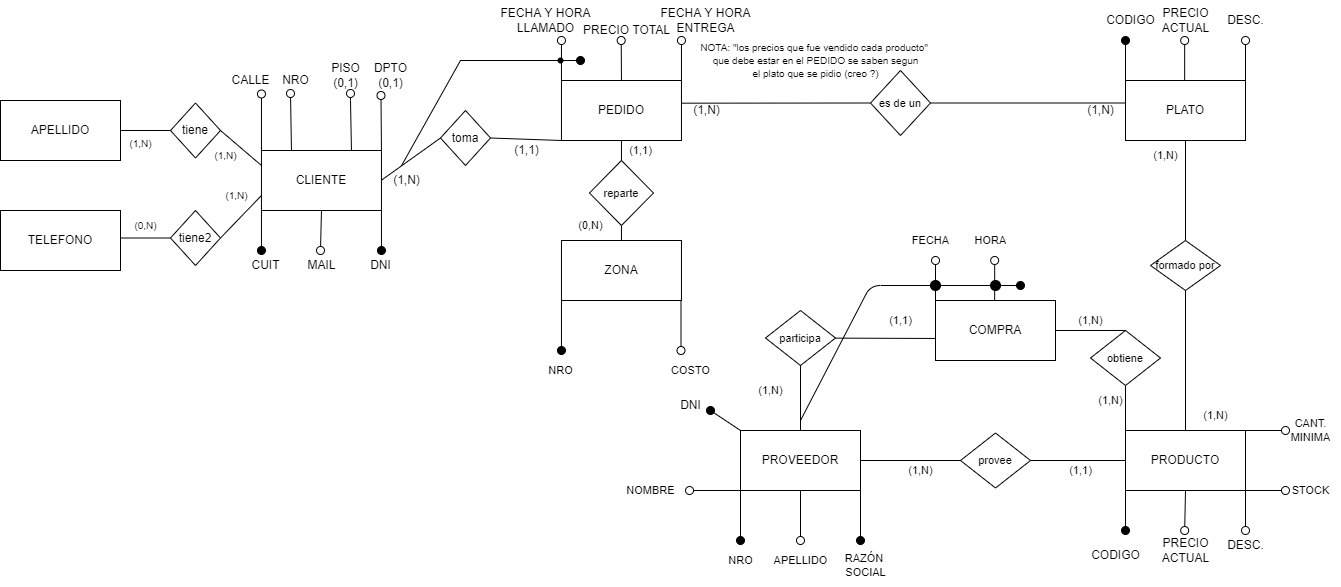
Earlier version of the draw.io export PRACTICA 2/Ejercicio4/Ejercicio4-logico.png (agusrnfr/DBD). Source tidied: cells renumbered, new cells last; positions are measured from the earlier drawing's top-left corner, leaving out a move shared by most shapes.
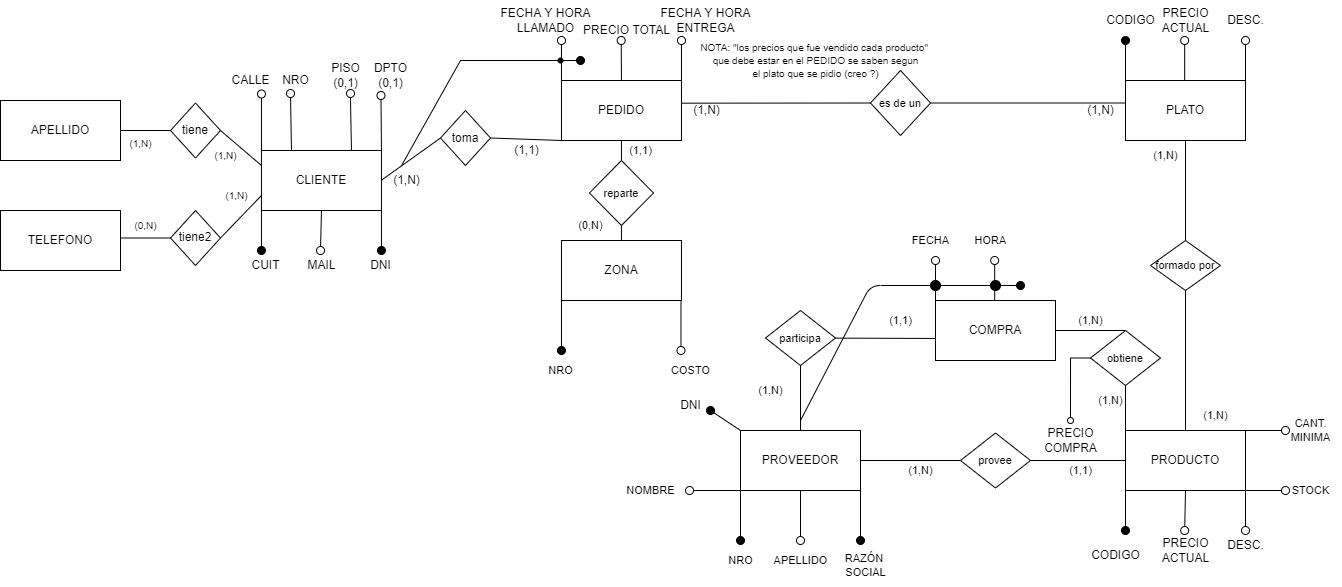
The same file after the commit.

Change to the diagram source:
```diff
@@ -278,6 +278,11 @@
     <mxCell id="76" value="provee" style="rhombus;whiteSpace=wrap;html=1;fontSize=11;" parent="1" vertex="1">
       <mxGeometry x="960" y="432.5" width="70" height="55" as="geometry" />
     </mxCell>
+    <mxCell id="119" style="edgeStyle=orthogonalEdgeStyle;rounded=0;jettySize=auto;html=1;exitX=0;exitY=0.5;exitDx=0;exitDy=0;endArrow=oval;endFill=0;" parent="1" edge="1" source="77">
+      <mxGeometry relative="1" as="geometry">
+        <mxPoint x="1070" y="420" as="targetPoint" />
+      </mxGeometry>
+    </mxCell>
     <mxCell id="77" value="obtiene" style="rhombus;whiteSpace=wrap;html=1;fontSize=11;" parent="1" vertex="1">
       <mxGeometry x="1090" y="330" width="70" height="55" as="geometry" />
     </mxCell>
@@ -437,5 +442,8 @@
     <mxCell id="118" value="(1,N)" style="text;html=1;align=center;verticalAlign=middle;strokeColor=none;fillColor=none;fontSize=10;" parent="1" vertex="1">
       <mxGeometry x="211" y="180" width="50" height="30" as="geometry" />
     </mxCell>
+    <mxCell id="120" value="PRECIO&lt;br&gt;COMPRA" style="text;html=1;align=center;verticalAlign=middle;strokeColor=none;fillColor=none;" parent="1" vertex="1">
+      <mxGeometry x="1030" y="420" width="80" height="40" as="geometry" />
+    </mxCell>
   </root>
 </mxGraphModel>
```
